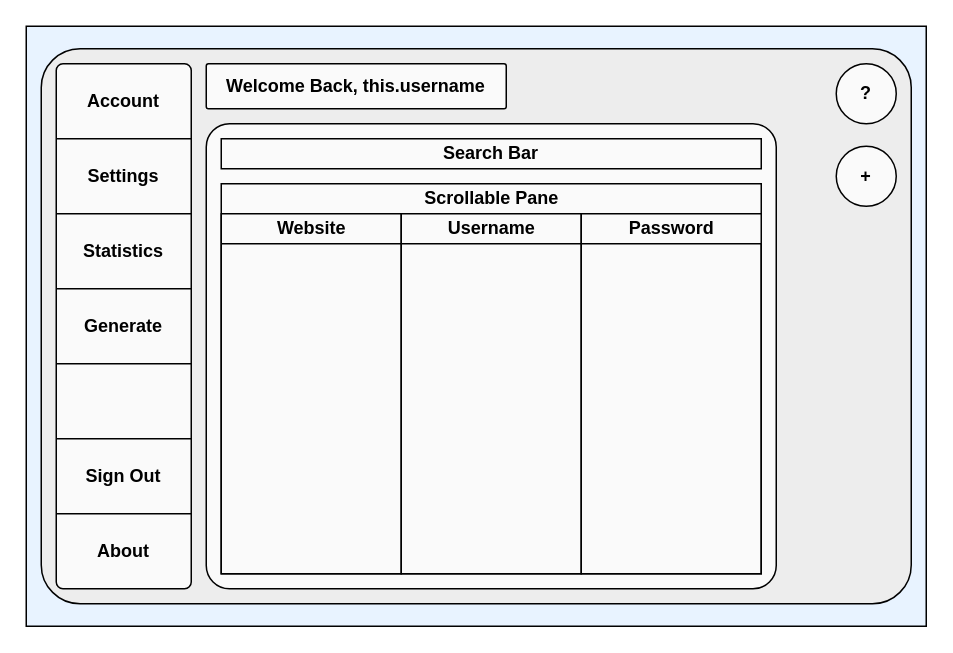
Above: PasswordDatabase/src/main/java/com/password_db/gui/portal.drawio in nicholascabrera/Password-Database (draw.io), before the change. Source tidied: cells renumbered, new cells numbered last; positions are measured from the earlier drawing's top-left corner, leaving out a move shared by most shapes. Both pictures are drawn from the tidied source at 150%, with x=0, y=0 at pixel (26, 26).
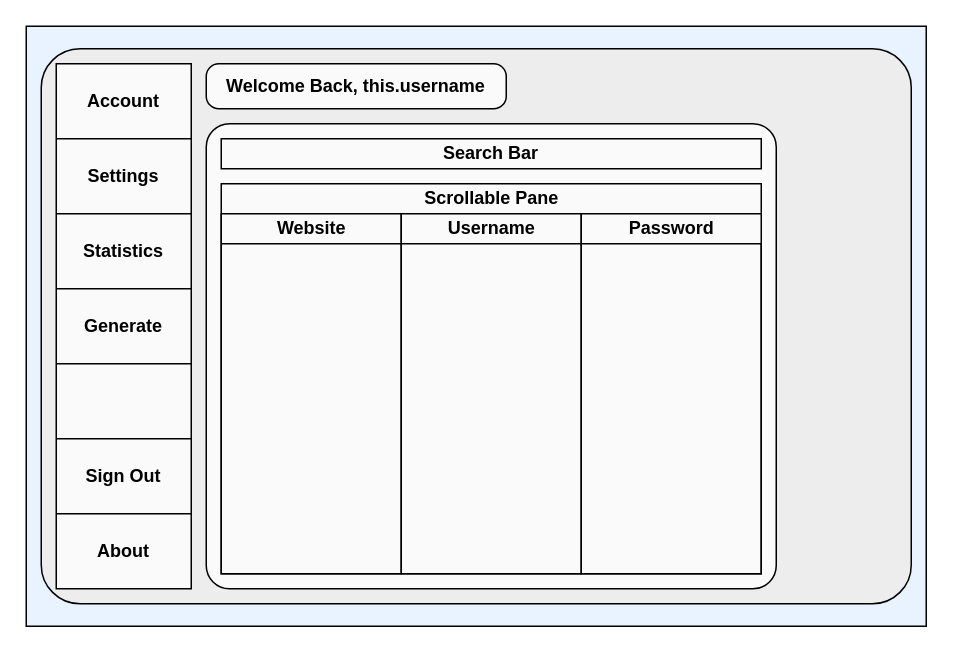
The same page after the edit.

Diff of the diagram source:
```diff
@@
-    <mxCell id="10" style="rounded=1;whiteSpace=wrap;html=1;arcSize=5;fillColor=#FAFAFA;" parent="1" vertex="1">
+    <mxCell id="10" style="rounded=1;whiteSpace=wrap;html=1;arcSize=0;fillColor=#FAFAFA;" parent="1" vertex="1">
       <mxGeometry x="20" y="25" width="90" height="350" as="geometry" />
     </mxCell>
@@
-    <mxCell id="13" value="&lt;font color=&quot;#000000&quot;&gt;&lt;b&gt;Welcome Back, this.username&lt;/b&gt;&lt;/font&gt;" style="rounded=1;whiteSpace=wrap;html=1;arcSize=5;fillColor=#FAFAFA;align=center;" parent="1" vertex="1">
+    <mxCell id="13" value="&lt;font color=&quot;#000000&quot;&gt;&lt;b&gt;Welcome Back, this.username&lt;/b&gt;&lt;/font&gt;" style="rounded=1;whiteSpace=wrap;html=1;arcSize=28;fillColor=#FAFAFA;align=center;" parent="1" vertex="1">
       <mxGeometry x="120" y="25" width="200" height="30" as="geometry" />
     </mxCell>
-    <mxCell id="14" value="&lt;b&gt;?&lt;/b&gt;" style="ellipse;whiteSpace=wrap;html=1;fontColor=#000000;fillColor=#FAFAFA;" parent="1" vertex="1">
-      <mxGeometry x="540" y="25" width="40" height="40" as="geometry" />
-    </mxCell>
@@
-    <mxCell id="17" value="&lt;b&gt;+&lt;/b&gt;" style="ellipse;whiteSpace=wrap;html=1;fontColor=#000000;fillColor=#FAFAFA;" parent="1" vertex="1">
-      <mxGeometry x="540" y="80" width="40" height="40" as="geometry" />
-    </mxCell>
```
